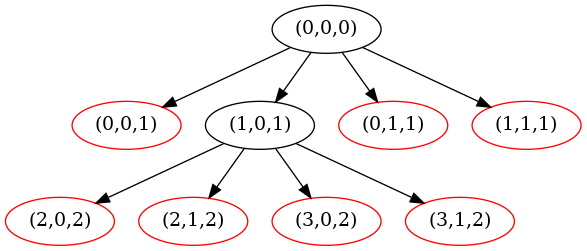
Above: docs/src/diagrams/out/c4_tilesTree.png in damiankoper/geovis (PlantUML), before the change. Its source is kept beside it as docs/src/diagrams/src/c4_tilesTree.pu. Source of this version:
```plantuml
@startdot

digraph foo {
    t000 [label="(0,0,0)"]
    t001 [label="(0,0,1)"color=red]
    t101 [label="(1,0,1)"]
    t011 [label="(0,1,1)"color=red]
    t111 [label="(1,1,1)"color=red]

    t000 -> t001
    t000 -> t101
    t000 -> t011
    t000 -> t111

    t202 [label="(2,0,2)"color=red]
    t212 [label="(2,1,2)"color=red]
    t302 [label="(3,0,2)"color=red]
    t312 [label="(3,1,2)"color=red]

    t101 -> t202
    t101 -> t212
    t101 -> t302
    t101 -> t312
}

@enddot
```
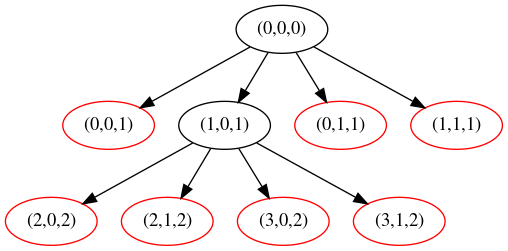
The same file after the commit.

The edit, as a diff of the source:
```diff
@@ -1,4 +1,4 @@
-@startdot
+@startdot c4_tilesTree
 
 digraph foo {
     t000 [label="(0,0,0)"]
```
